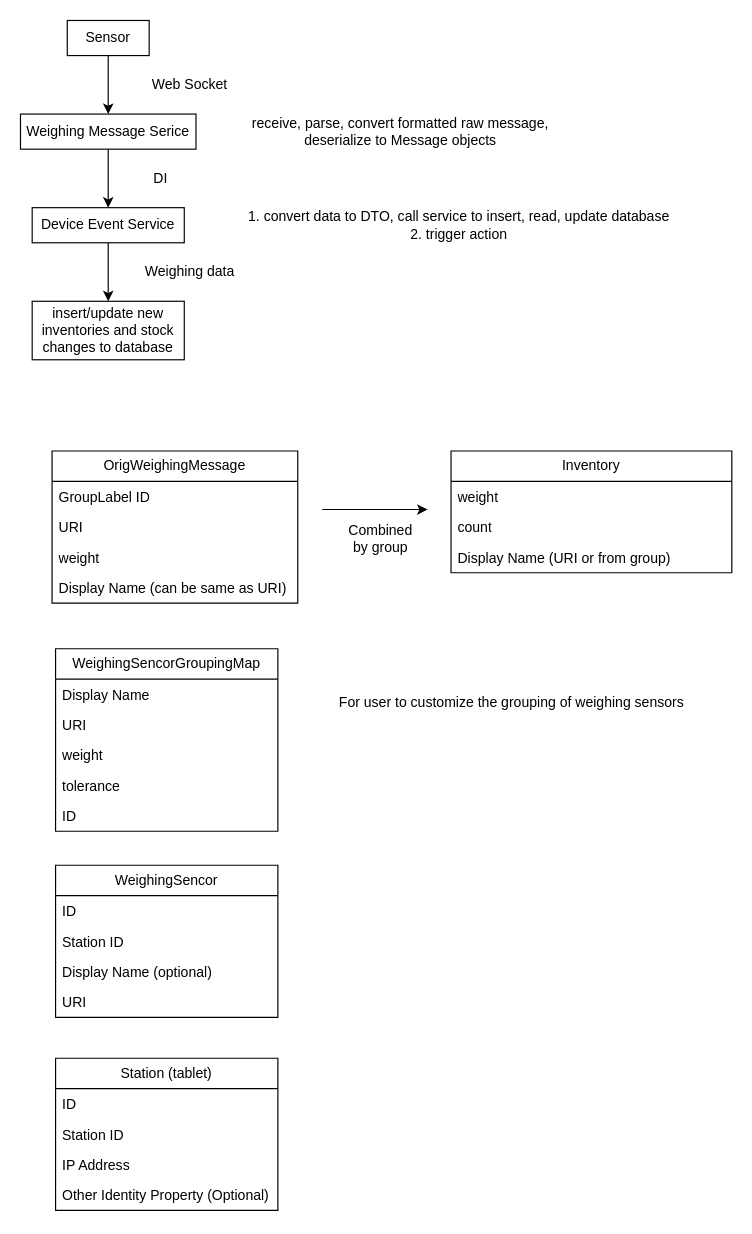
MQzhiyong/draw_io keeps this draw.io diagram as gravis/Untitled Diagram.drawio. Above is the earlier version. Source tidied: cells renumbered, new cells numbered last; positions are measured from the earlier drawing's top-left corner, leaving out a move shared by most shapes. Both pictures are drawn from the tidied source at 117%, with x=0, y=0 at pixel (20, 20).
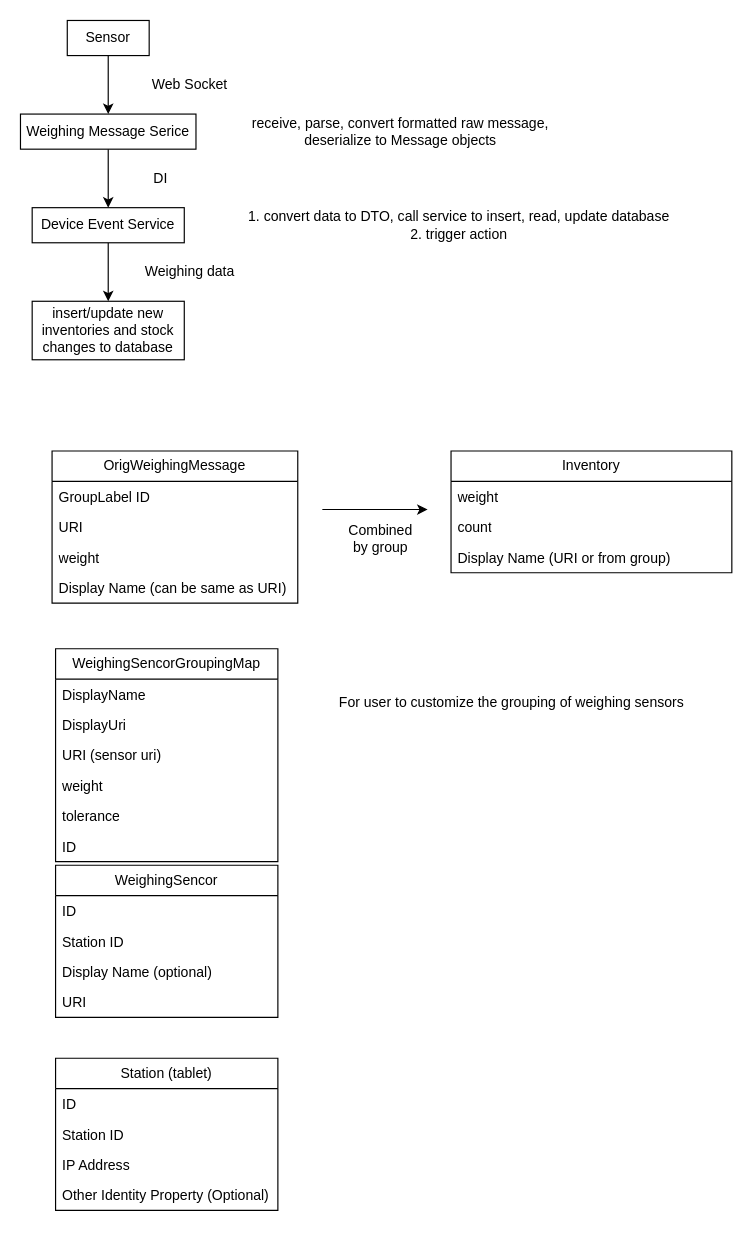
After the change.

The edit, as a diff of the source:
```diff
@@
     <mxCell id="23" value="WeighingSencorGroupingMap" style="swimlane;fontStyle=0;horizontal=1;startSize=26;fillColor=none;whiteSpace=wrap;html=1;" parent="1" vertex="1">
-      <mxGeometry x="30" y="537" width="190" height="156" as="geometry" />
+      <mxGeometry x="30" y="537" width="190" height="182" as="geometry" />
     </mxCell>
-    <mxCell id="24" value="Display Name" style="text;strokeColor=none;fillColor=none;align=left;verticalAlign=top;spacingLeft=4;spacingRight=4;overflow=hidden;whiteSpace=wrap;html=1;" parent="23" vertex="1">
+    <mxCell id="24" value="DisplayName" style="text;strokeColor=none;fillColor=none;align=left;verticalAlign=top;spacingLeft=4;spacingRight=4;overflow=hidden;whiteSpace=wrap;html=1;" parent="23" vertex="1">
       <mxGeometry y="26" width="190" height="26" as="geometry" />
     </mxCell>
+    <mxCell id="42" value="DisplayUri" style="text;strokeColor=none;fillColor=none;align=left;verticalAlign=top;spacingLeft=4;spacingRight=4;overflow=hidden;whiteSpace=wrap;html=1;" parent="23" vertex="1">
+      <mxGeometry y="52" width="190" height="26" as="geometry" />
+    </mxCell>
-    <mxCell id="25" value="URI" style="text;strokeColor=none;fillColor=none;align=left;verticalAlign=top;spacingLeft=4;spacingRight=4;overflow=hidden;whiteSpace=wrap;html=1;" parent="23" vertex="1">
-      <mxGeometry y="52" width="190" height="26" as="geometry" />
+    <mxCell id="25" value="URI (sensor uri)" style="text;strokeColor=none;fillColor=none;align=left;verticalAlign=top;spacingLeft=4;spacingRight=4;overflow=hidden;whiteSpace=wrap;html=1;" parent="23" vertex="1">
+      <mxGeometry y="78" width="190" height="26" as="geometry" />
     </mxCell>
     <mxCell id="26" value="weight" style="text;strokeColor=none;fillColor=none;align=left;verticalAlign=top;spacingLeft=4;spacingRight=4;overflow=hidden;whiteSpace=wrap;html=1;" parent="23" vertex="1">
-      <mxGeometry y="78" width="190" height="26" as="geometry" />
+      <mxGeometry y="104" width="190" height="26" as="geometry" />
     </mxCell>
     <mxCell id="27" value="tolerance&lt;br&gt;" style="text;strokeColor=none;fillColor=none;align=left;verticalAlign=top;spacingLeft=4;spacingRight=4;overflow=hidden;whiteSpace=wrap;html=1;" parent="23" vertex="1">
-      <mxGeometry y="104" width="190" height="26" as="geometry" />
+      <mxGeometry y="130" width="190" height="26" as="geometry" />
     </mxCell>
     <mxCell id="28" value="ID" style="text;strokeColor=none;fillColor=none;align=left;verticalAlign=top;spacingLeft=4;spacingRight=4;overflow=hidden;whiteSpace=wrap;html=1;" parent="23" vertex="1">
-      <mxGeometry y="130" width="190" height="26" as="geometry" />
+      <mxGeometry y="156" width="190" height="26" as="geometry" />
     </mxCell>
```
